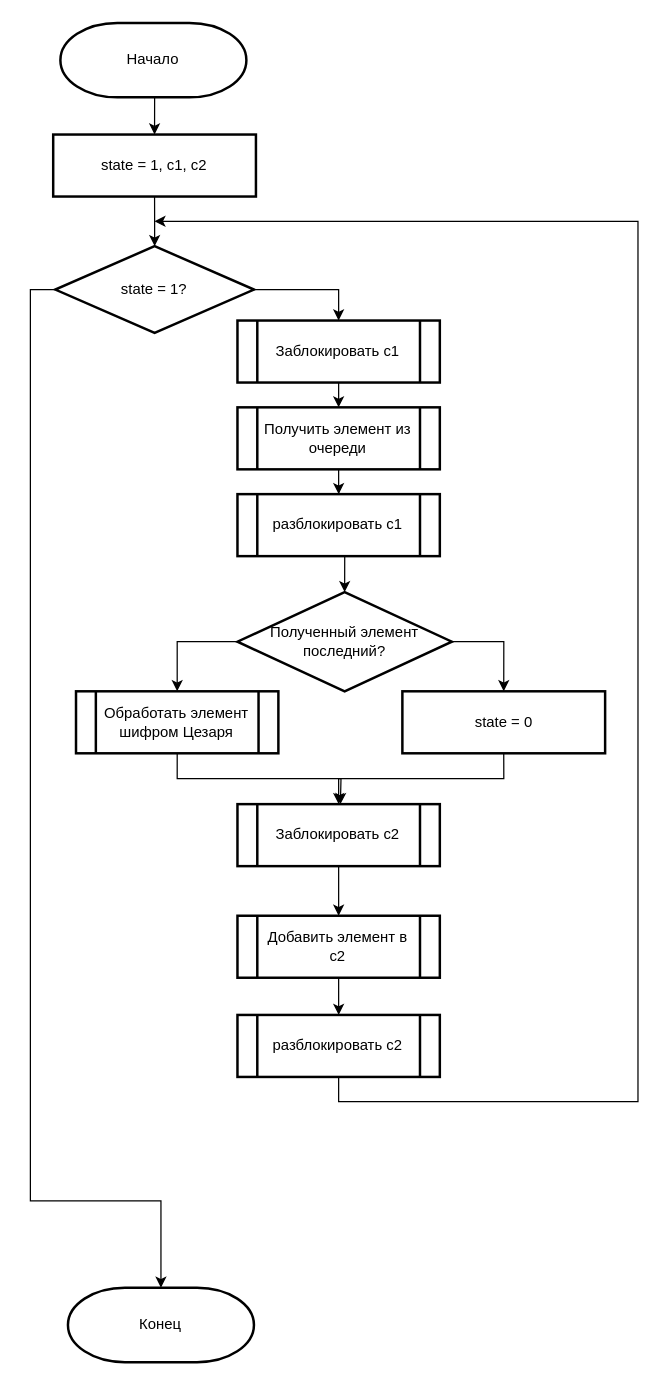
seregadanser/BMSTU_AA_Labs keeps this draw.io diagram as page "Страница 2" (2 of 4) of Лаб5/Отчет/src/Parallel.drawio. Above is the earlier version. Source tidied: cells renumbered, new cells numbered last; positions are measured from the earlier drawing's top-left corner, leaving out a move shared by most shapes. Both pictures are drawn from the tidied source at 124%, with x=0, y=0 at pixel (30, 22).
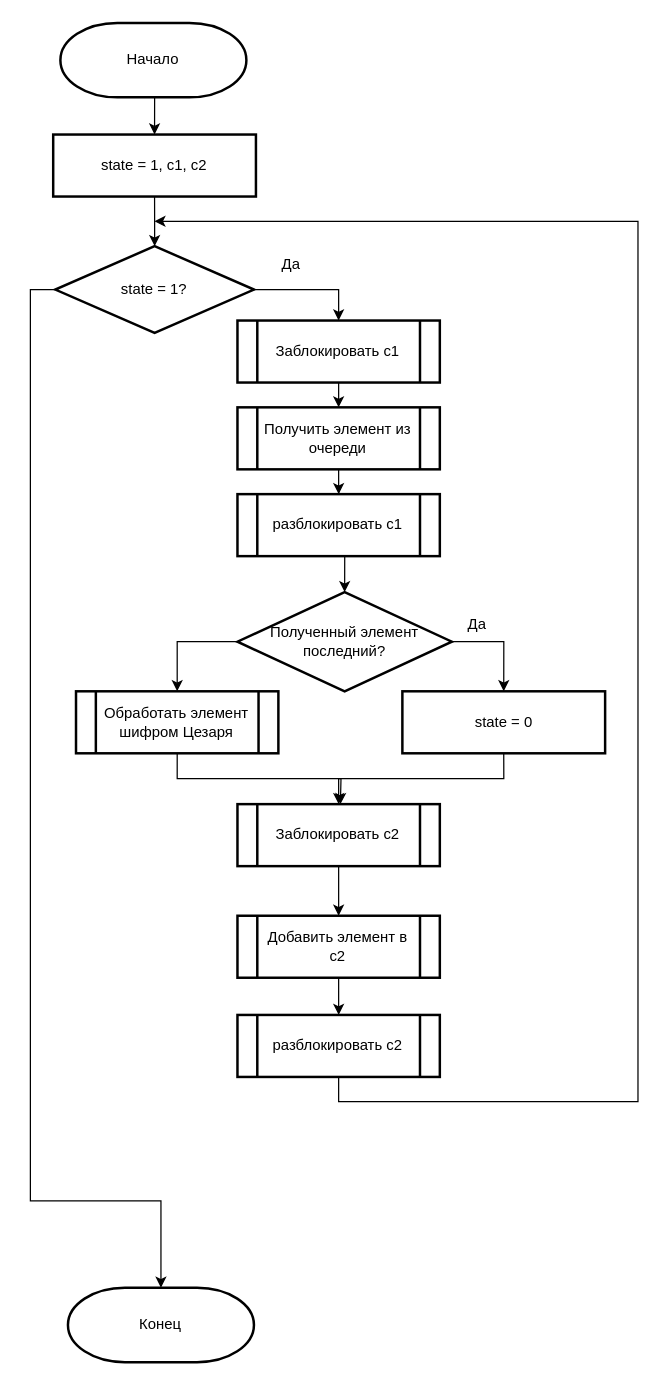
The same diagram, later.

Change to the diagram source:
```diff
@@
+    <mxCell id="29" value="Да" style="text;html=1;align=center;verticalAlign=middle;strokeColor=none;fillColor=none;" parent="1" vertex="1">
+      <mxGeometry x="190" y="180" width="40" height="30" as="geometry" />
+    </mxCell>
+    <mxCell id="30" value="Да" style="text;html=1;align=center;verticalAlign=middle;strokeColor=none;fillColor=none;" parent="1" vertex="1">
+      <mxGeometry x="339.9" y="470" width="40" height="30" as="geometry" />
+    </mxCell>
```
